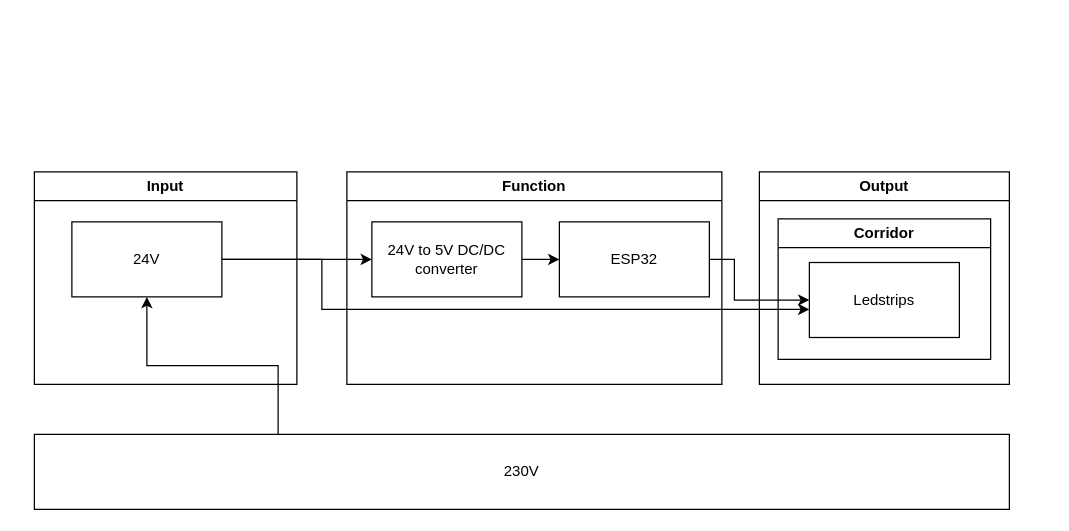
The draw.io diagram page "Hardware architecture diagram" (2 of 2) of docs/ArchitectureDiagram.drawio in vives-project-xp/InteractiveCorridor, before the edit. Source tidied: cells renumbered, new cells numbered last; positions are measured from the earlier drawing's top-left corner, leaving out a move shared by most shapes. Both pictures are drawn from the tidied source at 125%, with x=0, y=0 at pixel (34, 171).
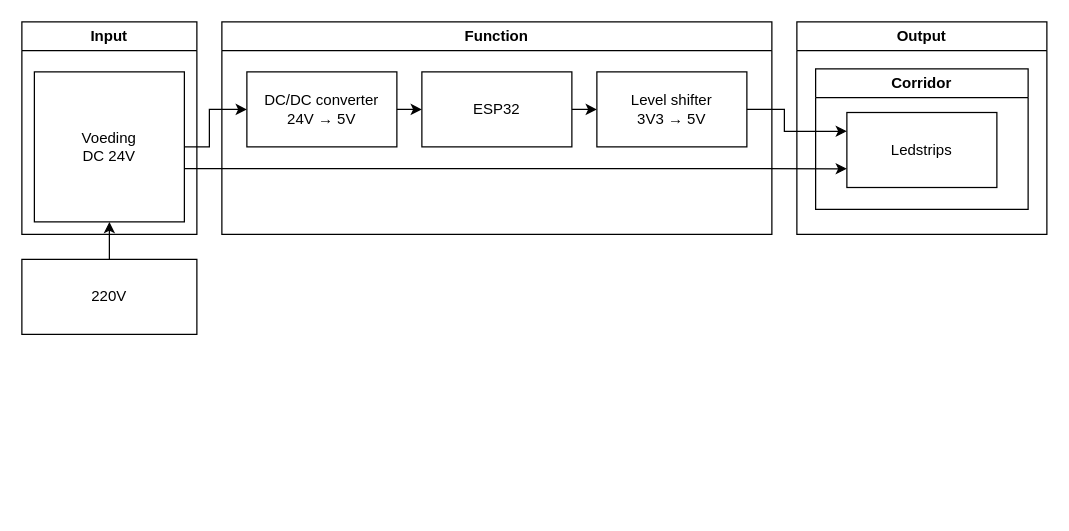
The same diagram, later.

Commit message:
Add level shifter to hardware arch diagram close #45

Unchanged cells that the change refers to:
```xml
<mxCell id="10" value="Ledstrips" style="rounded=0;whiteSpace=wrap;html=1;" parent="9" vertex="1">
  <mxGeometry x="25" y="35" width="120" height="60" as="geometry" />
</mxCell>
```

The edit, as a diff of the source:
```diff
@@
     <mxCell id="2" value="Input" style="swimlane;whiteSpace=wrap;html=1;" parent="1" vertex="1">
-      <mxGeometry width="210" height="170" as="geometry" />
+      <mxGeometry x="-10" y="-120" width="140" height="170" as="geometry" />
     </mxCell>
-    <mxCell id="3" value="24V" style="rounded=0;whiteSpace=wrap;html=1;" parent="2" vertex="1">
-      <mxGeometry x="30" y="40" width="120" height="60" as="geometry" />
+    <mxCell id="3" value="Voeding&lt;br&gt;DC 24V" style="rounded=0;whiteSpace=wrap;html=1;" parent="2" vertex="1">
+      <mxGeometry x="10" y="40" width="120" height="120" as="geometry" />
     </mxCell>
     <mxCell id="4" value="Function" style="swimlane;whiteSpace=wrap;html=1;" parent="1" vertex="1">
-      <mxGeometry x="250" width="300" height="170" as="geometry" />
+      <mxGeometry x="150" y="-120" width="440" height="170" as="geometry" />
     </mxCell>
-    <mxCell id="5" value="24V to 5V DC/DC converter" style="rounded=0;whiteSpace=wrap;html=1;" parent="4" vertex="1">
+    <mxCell id="5" value="DC/DC converter&lt;br&gt;24V&amp;nbsp;→ 5V" style="rounded=0;whiteSpace=wrap;html=1;" parent="4" vertex="1">
       <mxGeometry x="20" y="40" width="120" height="60" as="geometry" />
     </mxCell>
+    <mxCell id="16" style="edgeStyle=orthogonalEdgeStyle;rounded=0;html=1;exitX=1;exitY=0.5;exitDx=0;exitDy=0;entryX=0;entryY=0.5;entryDx=0;entryDy=0;" parent="4" edge="1" source="6" target="17">
+      <mxGeometry relative="1" as="geometry" />
+    </mxCell>
     <mxCell id="6" value="ESP32" style="rounded=0;whiteSpace=wrap;html=1;" parent="4" vertex="1">
-      <mxGeometry x="170" y="40" width="120" height="60" as="geometry" />
+      <mxGeometry x="160" y="40" width="120" height="60" as="geometry" />
     </mxCell>
@@
+    <mxCell id="17" value="Level shifter&lt;br&gt;3V3&amp;nbsp;→ 5V" style="rounded=0;whiteSpace=wrap;html=1;" parent="4" vertex="1">
+      <mxGeometry x="300" y="40" width="120" height="60" as="geometry" />
+    </mxCell>
     <mxCell id="8" value="Output" style="swimlane;whiteSpace=wrap;html=1;" parent="1" vertex="1">
-      <mxGeometry x="580" width="200" height="170" as="geometry" />
+      <mxGeometry x="610" y="-120" width="200" height="170" as="geometry" />
     </mxCell>
@@
-    <mxCell id="11" style="edgeStyle=orthogonalEdgeStyle;rounded=0;html=1;exitX=0.25;exitY=0;exitDx=0;exitDy=0;entryX=0.5;entryY=1;entryDx=0;entryDy=0;strokeColor=default;" parent="1" edge="1" source="12" target="3">
+    <mxCell id="11" style="edgeStyle=orthogonalEdgeStyle;rounded=0;html=1;exitX=0.5;exitY=0;exitDx=0;exitDy=0;" parent="1" edge="1" source="12" target="3">
       <mxGeometry relative="1" as="geometry" />
     </mxCell>
-    <mxCell id="12" value="230V" style="rounded=0;whiteSpace=wrap;html=1;" parent="1" vertex="1">
-      <mxGeometry y="210" width="780" height="60" as="geometry" />
+    <mxCell id="12" value="220V" style="rounded=0;whiteSpace=wrap;html=1;" parent="1" vertex="1">
+      <mxGeometry x="-10" y="70" width="140" height="60" as="geometry" />
     </mxCell>
-    <mxCell id="13" style="edgeStyle=orthogonalEdgeStyle;rounded=0;html=1;entryX=0;entryY=0.5;entryDx=0;entryDy=0;strokeColor=default;" parent="1" edge="1" source="3" target="5">
-      <mxGeometry relative="1" as="geometry" />
+    <mxCell id="13" style="edgeStyle=orthogonalEdgeStyle;html=1;exitX=1;exitY=0.5;exitDx=0;exitDy=0;entryX=0;entryY=0.5;entryDx=0;entryDy=0;rounded=0;" parent="1" edge="1" source="3" target="5">
+      <mxGeometry relative="1" as="geometry">
+        <Array as="points">
+          <mxPoint x="140" y="-20" />
+          <mxPoint x="140" y="-50" />
+        </Array>
+      </mxGeometry>
     </mxCell>
-    <mxCell id="14" style="edgeStyle=orthogonalEdgeStyle;rounded=0;html=1;entryX=0;entryY=0.5;entryDx=0;entryDy=0;strokeColor=default;" parent="1" edge="1" source="6" target="10">
-      <mxGeometry relative="1" as="geometry">
-        <Array as="points">
-          <mxPoint x="560" y="70" />
-          <mxPoint x="560" y="103" />
-        </Array>
-      </mxGeometry>
-    </mxCell>
+    <mxCell id="18" style="edgeStyle=orthogonalEdgeStyle;rounded=0;html=1;exitX=1;exitY=0.5;exitDx=0;exitDy=0;entryX=0;entryY=0.25;entryDx=0;entryDy=0;" parent="1" edge="1" source="17" target="10">
+      <mxGeometry relative="1" as="geometry">
+        <Array as="points">
+          <mxPoint x="600" y="-50" />
+          <mxPoint x="600" y="-32" />
+        </Array>
+      </mxGeometry>
+    </mxCell>
-    <mxCell id="15" style="edgeStyle=orthogonalEdgeStyle;rounded=0;html=1;strokeColor=default;" parent="1" edge="1" source="3" target="10">
-      <mxGeometry relative="1" as="geometry">
-        <Array as="points">
-          <mxPoint x="230" y="70" />
-          <mxPoint x="230" y="110" />
-        </Array>
-      </mxGeometry>
+    <mxCell id="15" style="edgeStyle=orthogonalEdgeStyle;rounded=0;html=1;exitX=0.999;exitY=0.645;exitDx=0;exitDy=0;entryX=0;entryY=0.75;entryDx=0;entryDy=0;exitPerimeter=0;" parent="1" edge="1" source="3" target="10">
+      <mxGeometry relative="1" as="geometry" />
     </mxCell>
```
